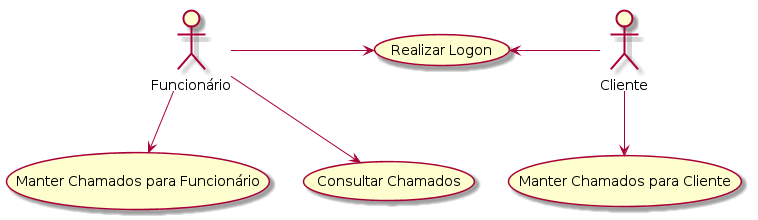
Above: doc/uml/caso/caso.png in VictorCarlquist/HelpMeNow (PlantUML), before the change. Source of this version:
```plantuml
@startuml
	Funcionário -> (Realizar Logon)
	Cliente -> (Realizar Logon)
	Funcionário --> (Manter Chamados para Funcionário)
	Cliente --> (Manter Chamados para Cliente)
	Funcionário --> (Consultar Chamados)
@enduml
```
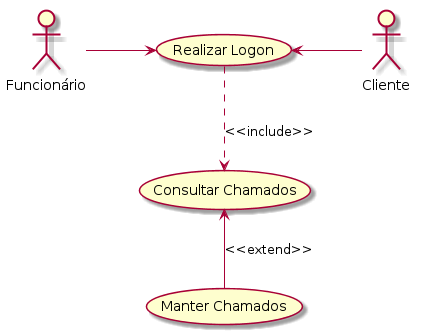
The same diagram one commit later.

Diff of the diagram source:
```diff
@@ -1,7 +1,6 @@
 @startuml
 	Funcionário -> (Realizar Logon)
 	Cliente -> (Realizar Logon)
-	Funcionário --> (Manter Chamados para Funcionário)
-	Cliente --> (Manter Chamados para Cliente)
-	Funcionário --> (Consultar Chamados)
+	(Consultar Chamados) <-- (Manter Chamados) :<<extend>>
+	(Realizar Logon) ..> (Consultar Chamados) : <<include>>
 @enduml
```
